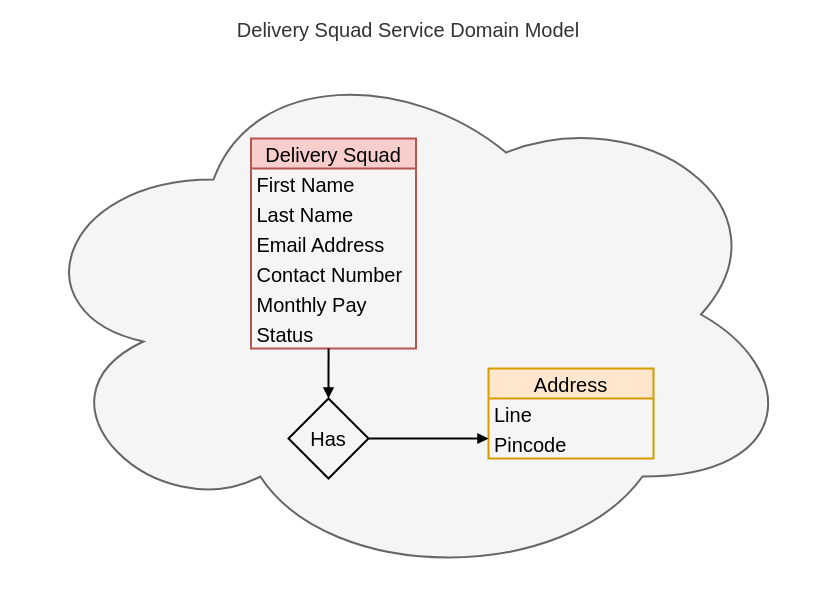
Before: docs/diagram/deliverysquad_service_domain_model.drawio in dudhwalas/dudhwala, a draw.io diagram. Source tidied: cells renumbered, new cells numbered last; positions are measured from the earlier drawing's top-left corner, leaving out a move shared by most shapes. Both pictures are drawn from the tidied source at 100%, with x=0, y=0 at pixel (18, 44).
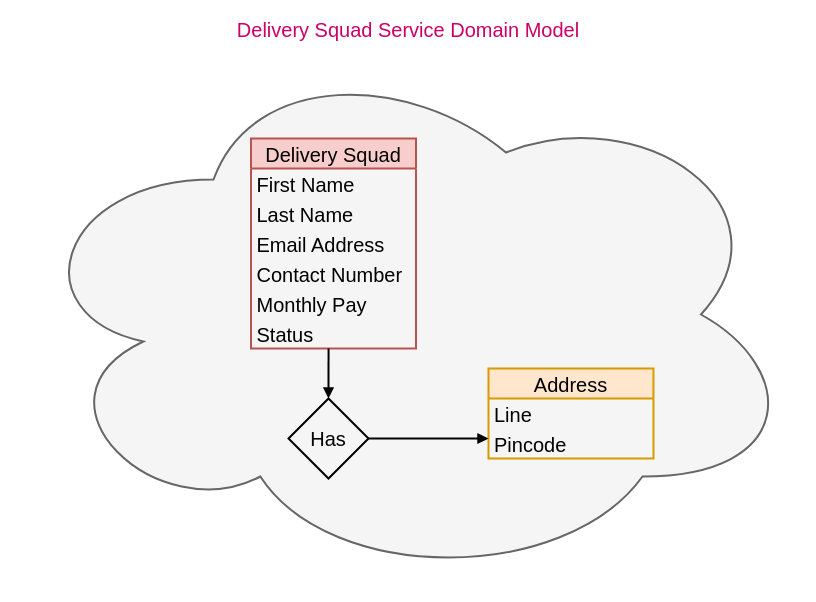
Above is the later version.

The edit, as a diff of the source:
```diff
@@
 <mxGraphModel>
   <root>
     <mxCell id="0" />
     <mxCell id="1" parent="0" />
-    <mxCell id="2" value="Delivery Squad Service Domain Model" style="ellipse;shape=cloud;whiteSpace=wrap;html=1;fillColor=#f5f5f5;fontColor=#333333;strokeColor=#666666;strokeWidth=2;labelPosition=center;verticalLabelPosition=top;align=center;verticalAlign=bottom;fontSize=20;" parent="1" vertex="1">
+    <mxCell id="2" value="Delivery Squad Service Domain Model" style="ellipse;shape=cloud;whiteSpace=wrap;html=1;fillColor=#f5f5f5;fontColor=#CC0066;strokeColor=#666666;strokeWidth=2;labelPosition=center;verticalLabelPosition=top;align=center;verticalAlign=bottom;fontSize=20;" parent="1" vertex="1">
       <mxGeometry width="780" height="540" as="geometry" />
     </mxCell>
     <mxCell id="3" value="Delivery Squad" style="swimlane;fontStyle=0;horizontal=1;startSize=30;fillColor=#f8cecc;strokeColor=#b85450;fontSize=20;strokeWidth=2;" parent="1" vertex="1">
       <mxGeometry x="232.5" y="94" width="165" height="210" as="geometry" />
     </mxCell>
     <mxCell id="4" value="First Name" style="text;strokeColor=none;fillColor=none;align=left;verticalAlign=middle;spacingLeft=4;spacingRight=4;overflow=hidden;fontSize=20;strokeWidth=2;" parent="3" vertex="1">
       <mxGeometry y="30" width="165" height="30" as="geometry" />
     </mxCell>
     <mxCell id="5" value="Last Name" style="text;strokeColor=none;fillColor=none;align=left;verticalAlign=middle;spacingLeft=4;spacingRight=4;overflow=hidden;fontSize=20;strokeWidth=2;" parent="3" vertex="1">
       <mxGeometry y="60" width="165" height="30" as="geometry" />
     </mxCell>
     <mxCell id="6" value="Email Address" style="text;strokeColor=none;fillColor=none;align=left;verticalAlign=middle;spacingLeft=4;spacingRight=4;overflow=hidden;fontSize=20;strokeWidth=2;" parent="3" vertex="1">
       <mxGeometry y="90" width="165" height="30" as="geometry" />
     </mxCell>
     <mxCell id="7" value="Contact Number" style="text;strokeColor=none;fillColor=none;align=left;verticalAlign=middle;spacingLeft=4;spacingRight=4;overflow=hidden;fontSize=20;strokeWidth=2;" parent="3" vertex="1">
       <mxGeometry y="120" width="165" height="30" as="geometry" />
     </mxCell>
     <mxCell id="8" value="Monthly Pay" style="text;strokeColor=none;fillColor=none;align=left;verticalAlign=middle;spacingLeft=4;spacingRight=4;overflow=hidden;fontSize=20;strokeWidth=2;" parent="3" vertex="1">
       <mxGeometry y="150" width="165" height="30" as="geometry" />
     </mxCell>
     <mxCell id="9" value="Status" style="text;strokeColor=none;fillColor=none;align=left;verticalAlign=middle;spacingLeft=4;spacingRight=4;overflow=hidden;points=[[0,0.5],[1,0.5]];portConstraint=eastwest;fontSize=20;strokeWidth=2;" parent="3" vertex="1">
       <mxGeometry y="180" width="165" height="30" as="geometry" />
     </mxCell>
     <mxCell id="10" value="Address" style="swimlane;fontStyle=0;horizontal=1;startSize=30;fillColor=#ffe6cc;strokeColor=#d79b00;fontSize=20;strokeWidth=2;" parent="1" vertex="1">
       <mxGeometry x="470" y="324" width="165" height="90" as="geometry" />
     </mxCell>
     <mxCell id="11" value="Line" style="text;strokeColor=none;fillColor=none;align=left;verticalAlign=middle;spacingLeft=4;spacingRight=4;overflow=hidden;fontSize=20;strokeWidth=2;" parent="10" vertex="1">
       <mxGeometry y="30" width="165" height="30" as="geometry" />
     </mxCell>
     <mxCell id="12" value="Pincode" style="text;strokeColor=none;fillColor=none;align=left;verticalAlign=middle;spacingLeft=4;spacingRight=4;overflow=hidden;fontSize=20;strokeWidth=2;" parent="10" vertex="1">
       <mxGeometry y="60" width="165" height="30" as="geometry" />
     </mxCell>
     <mxCell id="13" value="Has" style="rhombus;whiteSpace=wrap;html=1;fontSize=20;fillColor=none;strokeWidth=2;" parent="1" vertex="1">
       <mxGeometry x="270" y="354" width="80" height="80" as="geometry" />
     </mxCell>
     <mxCell id="14" style="edgeStyle=none;html=1;exitX=0.47;exitY=1;exitDx=0;exitDy=0;entryX=0.5;entryY=0;entryDx=0;entryDy=0;fontSize=20;exitPerimeter=0;endArrow=block;endFill=1;strokeWidth=2;" parent="1" edge="1" source="9" target="13">
       <mxGeometry relative="1" as="geometry" />
     </mxCell>
     <mxCell id="15" style="edgeStyle=none;html=1;exitX=1;exitY=0.5;exitDx=0;exitDy=0;fontSize=20;endArrow=block;endFill=1;strokeWidth=2;" parent="1" edge="1" source="13">
       <mxGeometry relative="1" as="geometry">
         <mxPoint x="470" y="394" as="targetPoint" />
       </mxGeometry>
     </mxCell>
   </root>
 </mxGraphModel>
```
